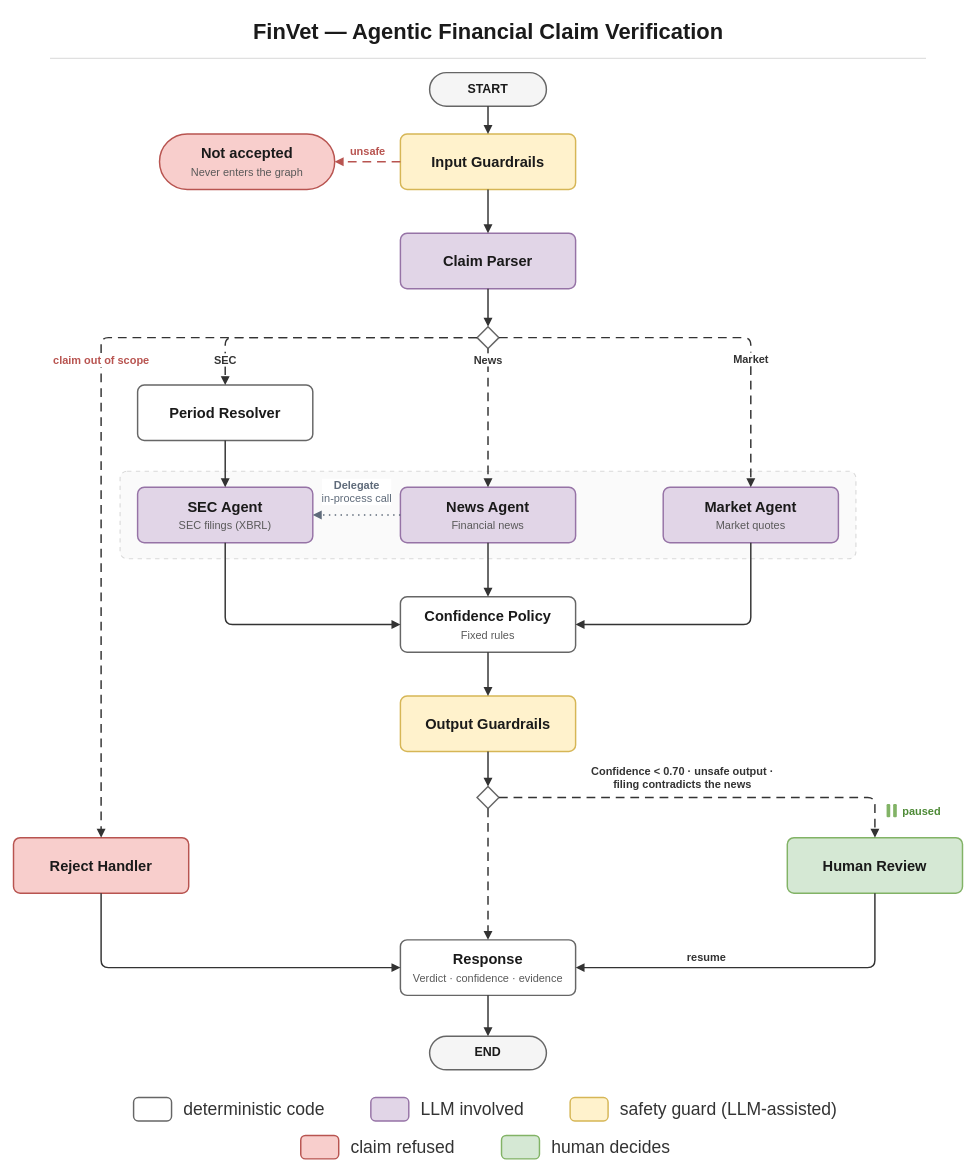
Above: docs/diagrams/finvet-pipeline.drawio in danielberhane/finvet (draw.io), before the change. Source tidied: cells renumbered, new cells numbered last; positions are measured from the earlier drawing's top-left corner, leaving out a move shared by most shapes. Both pictures are drawn from the tidied source at 73%, with x=0, y=0 at pixel (13, 12).
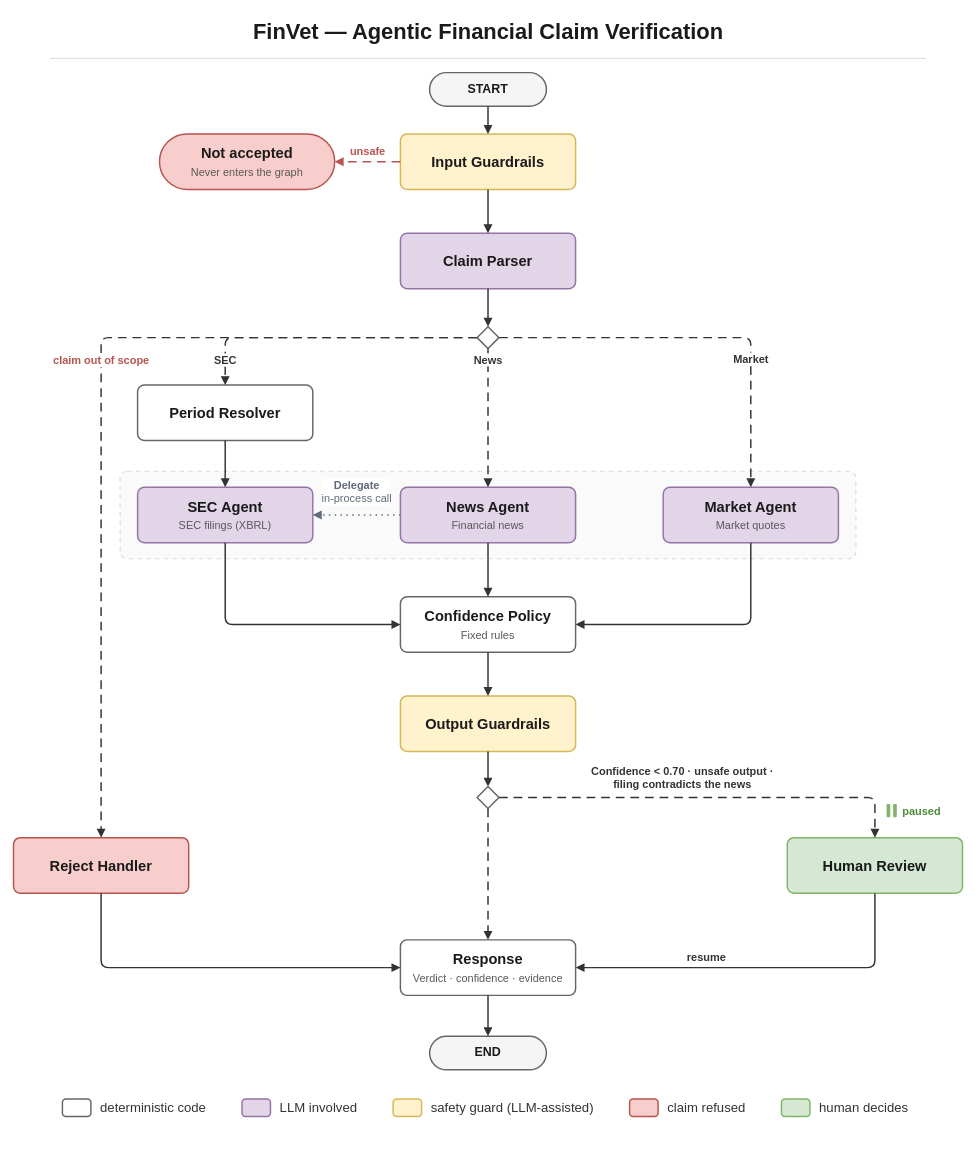
After the change.

Commit message (it also covers changes not shown here):
docs(diagram): legend at 18 px in one row (#29)

Diff of the diagram source:
```diff
@@
     <mxCell id="44" style="rounded=1;arcSize=20;html=1;fillColor=#FFFFFF;strokeColor=#666666;strokeWidth=2;" parent="1" vertex="1">
-      <mxGeometry x="164.5" y="1486" width="52" height="32" as="geometry" />
+      <mxGeometry x="67" y="1488" width="39" height="24" as="geometry" />
     </mxCell>
-    <mxCell id="45" value="deterministic code" style="text;html=1;align=left;verticalAlign=middle;fontFamily=Helvetica;fontSize=24;fontColor=#333333;" parent="1" vertex="1">
-      <mxGeometry x="230.5" y="1484" width="203" height="36" as="geometry" />
+    <mxCell id="45" value="deterministic code" style="text;html=1;align=left;verticalAlign=middle;fontFamily=Helvetica;fontSize=18;fontColor=#333333;" parent="1" vertex="1">
+      <mxGeometry x="117" y="1486" width="154" height="28" as="geometry" />
     </mxCell>
     <mxCell id="46" style="rounded=1;arcSize=20;html=1;fillColor=#E1D5E7;strokeColor=#9673A6;strokeWidth=2;" parent="1" vertex="1">
-      <mxGeometry x="489.5" y="1486" width="52" height="32" as="geometry" />
+      <mxGeometry x="313" y="1488" width="39" height="24" as="geometry" />
     </mxCell>
-    <mxCell id="47" value="LLM involved" style="text;html=1;align=left;verticalAlign=middle;fontFamily=Helvetica;fontSize=24;fontColor=#333333;" parent="1" vertex="1">
-      <mxGeometry x="555.5" y="1484" width="151" height="36" as="geometry" />
+    <mxCell id="47" value="LLM involved" style="text;html=1;align=left;verticalAlign=middle;fontFamily=Helvetica;fontSize=18;fontColor=#333333;" parent="1" vertex="1">
+      <mxGeometry x="363" y="1486" width="115" height="28" as="geometry" />
     </mxCell>
     <mxCell id="48" style="rounded=1;arcSize=20;html=1;fillColor=#FFF2CC;strokeColor=#D6B656;strokeWidth=2;" parent="1" vertex="1">
-      <mxGeometry x="762.5" y="1486" width="52" height="32" as="geometry" />
+      <mxGeometry x="520" y="1488" width="39" height="24" as="geometry" />
     </mxCell>
-    <mxCell id="49" value="safety guard (LLM-assisted)" style="text;html=1;align=left;verticalAlign=middle;fontFamily=Helvetica;fontSize=24;fontColor=#333333;" parent="1" vertex="1">
-      <mxGeometry x="828.5" y="1484" width="307" height="36" as="geometry" />
+    <mxCell id="49" value="safety guard (LLM-assisted)" style="text;html=1;align=left;verticalAlign=middle;fontFamily=Helvetica;fontSize=18;fontColor=#333333;" parent="1" vertex="1">
+      <mxGeometry x="570" y="1486" width="232" height="28" as="geometry" />
     </mxCell>
     <mxCell id="50" style="rounded=1;arcSize=20;html=1;fillColor=#F8CECC;strokeColor=#B85450;strokeWidth=2;" parent="1" vertex="1">
-      <mxGeometry x="393.5" y="1538" width="52" height="32" as="geometry" />
+      <mxGeometry x="844" y="1488" width="39" height="24" as="geometry" />
     </mxCell>
-    <mxCell id="51" value="claim refused" style="text;html=1;align=left;verticalAlign=middle;fontFamily=Helvetica;fontSize=24;fontColor=#333333;" parent="1" vertex="1">
-      <mxGeometry x="459.5" y="1536" width="153" height="36" as="geometry" />
+    <mxCell id="51" value="claim refused" style="text;html=1;align=left;verticalAlign=middle;fontFamily=Helvetica;fontSize=18;fontColor=#333333;" parent="1" vertex="1">
+      <mxGeometry x="894" y="1486" width="116" height="28" as="geometry" />
     </mxCell>
     <mxCell id="52" style="rounded=1;arcSize=20;html=1;fillColor=#D5E8D4;strokeColor=#82B366;strokeWidth=2;" parent="1" vertex="1">
-      <mxGeometry x="668.5" y="1538" width="52" height="32" as="geometry" />
+      <mxGeometry x="1052" y="1488" width="39" height="24" as="geometry" />
     </mxCell>
-    <mxCell id="53" value="human decides" style="text;html=1;align=left;verticalAlign=middle;fontFamily=Helvetica;fontSize=24;fontColor=#333333;" parent="1" vertex="1">
-      <mxGeometry x="734.5" y="1536" width="172" height="36" as="geometry" />
+    <mxCell id="53" value="human decides" style="text;html=1;align=left;verticalAlign=middle;fontFamily=Helvetica;fontSize=18;fontColor=#333333;" parent="1" vertex="1">
+      <mxGeometry x="1102" y="1486" width="131" height="28" as="geometry" />
     </mxCell>
```
